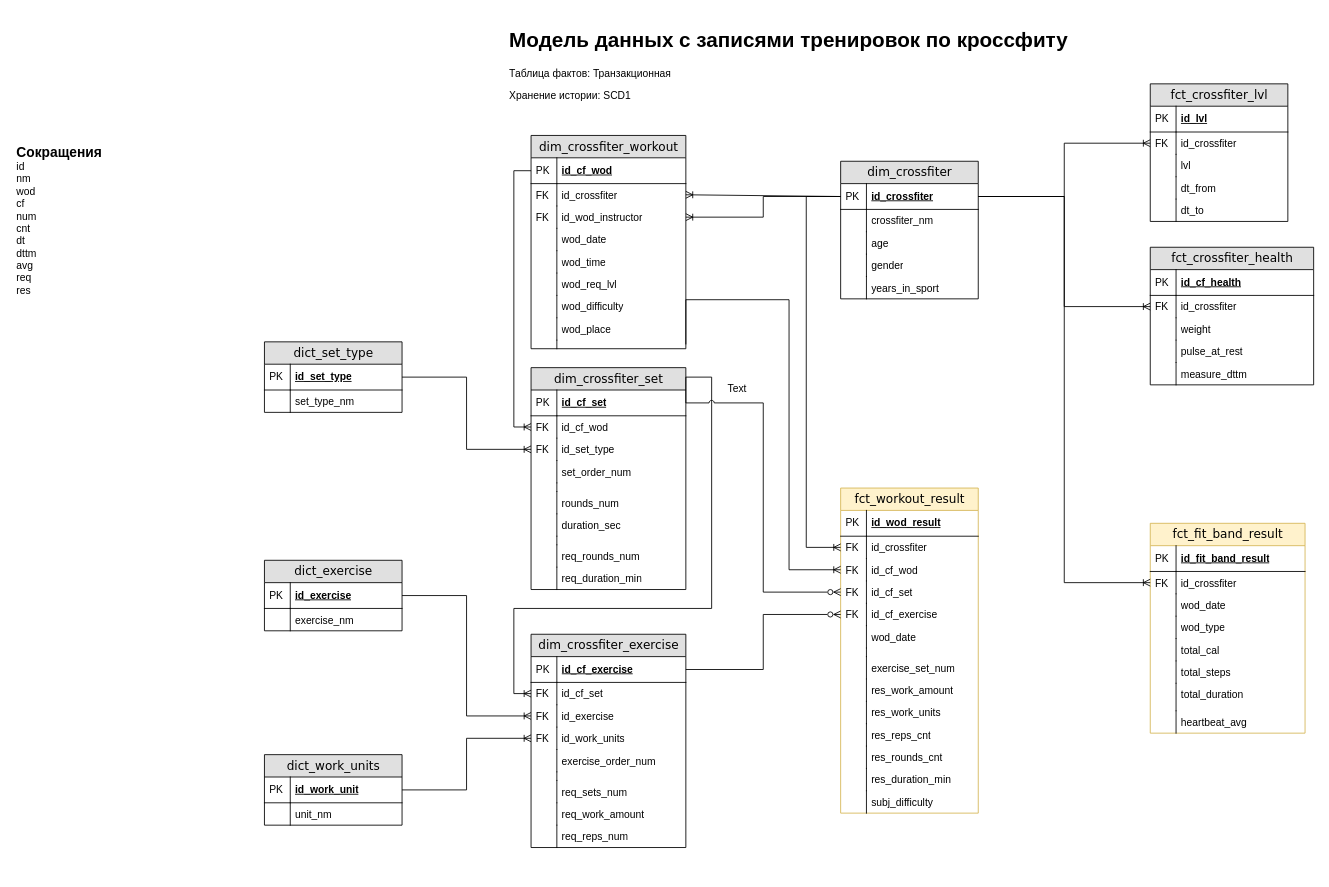
Above: page "dimensional_modeling" (1 of 2) of db_arch/db_schema.drawio in ouriso/crossfit_activity (draw.io), before the change. Source tidied: cells renumbered, new cells numbered last; positions are measured from the earlier drawing's top-left corner, leaving out a move shared by most shapes. Both pictures are drawn from the tidied source at 86%, with x=0, y=0 at pixel (15, 23).
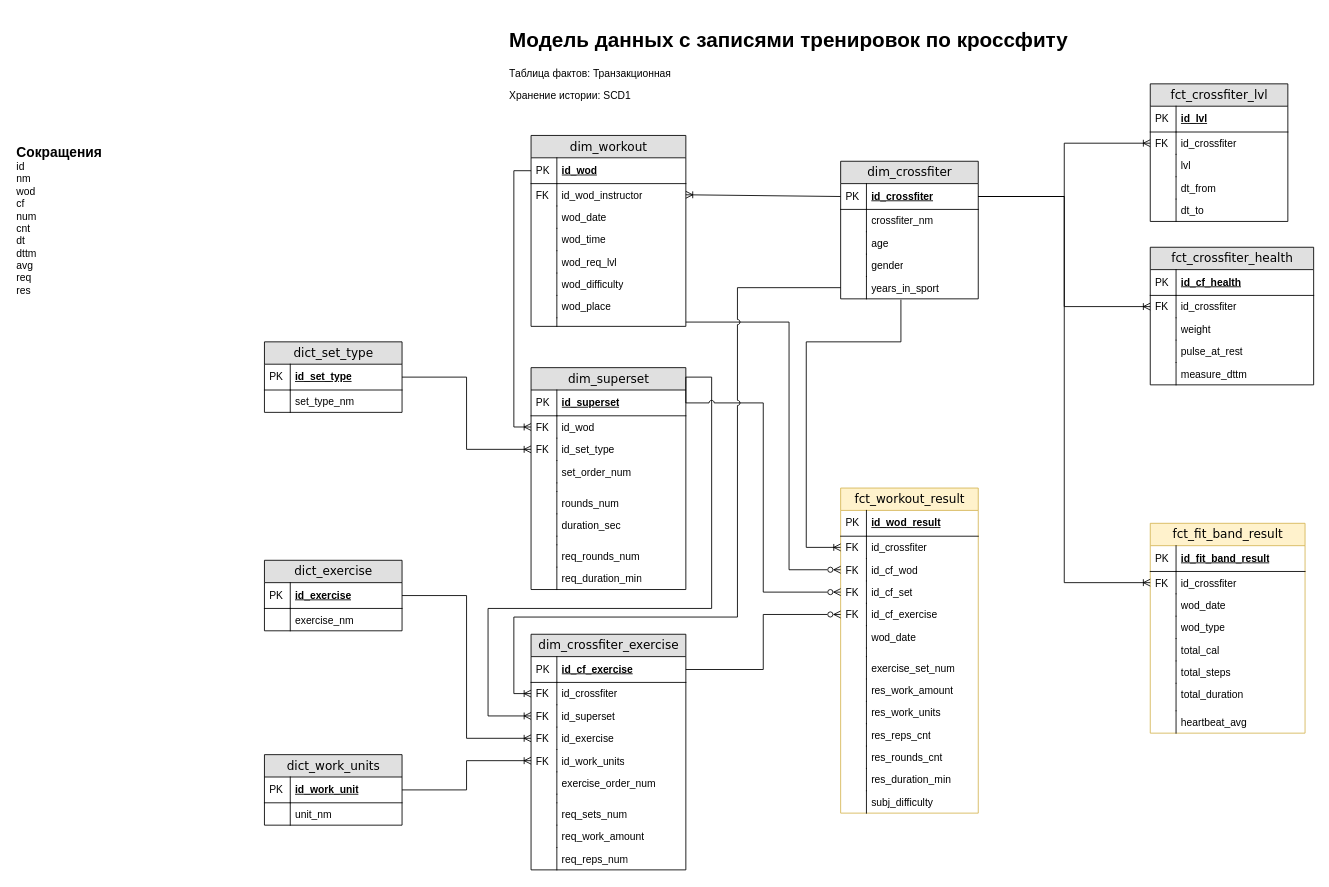
The same page after the edit.

Commit message:
Wod and Set doesn't depends on crossfiter

Unchanged cells that the change refers to:
```xml
<mxCell id="5" value="id_crossfiter" style="shape=partialRectangle;top=0;left=0;right=0;bottom=0;html=1;align=left;verticalAlign=top;fillColor=none;spacingLeft=34;spacingRight=4;whiteSpace=wrap;overflow=hidden;points=[[0,0.5],[1,0.5]];portConstraint=eastwest;" parent="2" vertex="1">
  <mxGeometry y="56" width="160" height="26" as="geometry" />
</mxCell>
<mxCell id="7" value="id_cf_wod" style="shape=partialRectangle;top=0;left=0;right=0;bottom=0;html=1;align=left;verticalAlign=top;fillColor=none;spacingLeft=34;spacingRight=4;whiteSpace=wrap;overflow=hidden;points=[[0,0.5],[1,0.5]];portConstraint=eastwest;" parent="2" vertex="1">
  <mxGeometry y="82" width="160" height="26" as="geometry" />
</mxCell>
<mxCell id="38" value="id_crossfiter" style="shape=partialRectangle;top=0;left=0;right=0;bottom=1;html=1;align=left;verticalAlign=middle;fillColor=none;spacingLeft=34;spacingRight=4;whiteSpace=wrap;overflow=hidden;points=[[0,0.5],[1,0.5]];portConstraint=eastwest;fontStyle=5;" parent="37" vertex="1">
  <mxGeometry y="26" width="160" height="30" as="geometry" />
</mxCell>
<mxCell id="46" value="years_in_sport" style="shape=partialRectangle;top=0;left=0;right=0;bottom=0;html=1;align=left;verticalAlign=top;fillColor=none;spacingLeft=34;spacingRight=4;whiteSpace=wrap;overflow=hidden;points=[[0,0.5],[1,0.5]];portConstraint=eastwest;" parent="37" vertex="1">
  <mxGeometry y="134" width="160" height="26" as="geometry" />
</mxCell>
```

Change to the diagram source:
```diff
@@
-    <mxCell id="53" style="edgeStyle=orthogonalEdgeStyle;rounded=0;jettySize=auto;html=1;exitX=0;exitY=0.5;exitDx=0;exitDy=0;entryX=0;entryY=0.5;entryDx=0;entryDy=0;startArrow=ERoneToMany;startFill=0;endArrow=none;endFill=0;jumpStyle=arc;" parent="1" edge="1" source="5" target="38">
+    <mxCell id="53" style="edgeStyle=orthogonalEdgeStyle;rounded=0;jettySize=auto;html=1;exitX=0;exitY=0.5;exitDx=0;exitDy=0;startArrow=ERoneToMany;startFill=0;endArrow=none;endFill=0;jumpStyle=arc;entryX=0.438;entryY=1.038;entryDx=0;entryDy=0;entryPerimeter=0;" parent="1" edge="1" source="5" target="46">
       <mxGeometry relative="1" as="geometry">
         <Array as="points">
           <mxPoint x="920" y="609" />
-          <mxPoint x="920" y="201" />
+          <mxPoint x="920" y="370" />
+          <mxPoint x="1030" y="370" />
         </Array>
       </mxGeometry>
     </mxCell>
     <mxCell id="54" value="dim_crossfiter_exercise" style="swimlane;html=1;fontStyle=0;horizontal=1;startSize=26;fillColor=#e0e0e0;swimlaneFillColor=#ffffff;align=center;rounded=0;shadow=0;comic=0;labelBackgroundColor=none;strokeWidth=1;fontFamily=Verdana;fontSize=14;" parent="1" vertex="1">
-      <mxGeometry x="600" y="710" width="180" height="248" as="geometry" />
+      <mxGeometry x="600" y="710" width="180" height="274" as="geometry" />
     </mxCell>
@@
+    <mxCell id="97" value="id_crossfiter" style="shape=partialRectangle;top=0;left=0;right=0;bottom=0;html=1;align=left;verticalAlign=top;fillColor=none;spacingLeft=34;spacingRight=4;whiteSpace=wrap;overflow=hidden;points=[[0,0.5],[1,0.5]];portConstraint=eastwest;" parent="54" vertex="1">
+      <mxGeometry y="56" width="180" height="26" as="geometry" />
+    </mxCell>
+    <mxCell id="98" value="FK" style="shape=partialRectangle;top=0;left=0;bottom=0;html=1;fillColor=none;align=left;verticalAlign=top;spacingLeft=4;spacingRight=4;whiteSpace=wrap;overflow=hidden;" parent="97" vertex="1">
+      <mxGeometry width="30" height="26" as="geometry" />
+    </mxCell>
-    <mxCell id="57" value="id_cf_set" style="shape=partialRectangle;top=0;left=0;right=0;bottom=0;html=1;align=left;verticalAlign=top;fillColor=none;spacingLeft=34;spacingRight=4;whiteSpace=wrap;overflow=hidden;points=[[0,0.5],[1,0.5]];portConstraint=eastwest;" parent="54" vertex="1">
-      <mxGeometry y="56" width="180" height="26" as="geometry" />
+    <mxCell id="57" value="id_superset" style="shape=partialRectangle;top=0;left=0;right=0;bottom=0;html=1;align=left;verticalAlign=top;fillColor=none;spacingLeft=34;spacingRight=4;whiteSpace=wrap;overflow=hidden;points=[[0,0.5],[1,0.5]];portConstraint=eastwest;" parent="54" vertex="1">
+      <mxGeometry y="82" width="180" height="26" as="geometry" />
     </mxCell>
@@
     <mxCell id="59" value="id_exercise" style="shape=partialRectangle;top=0;left=0;right=0;bottom=0;html=1;align=left;verticalAlign=top;fillColor=none;spacingLeft=34;spacingRight=4;whiteSpace=wrap;overflow=hidden;points=[[0,0.5],[1,0.5]];portConstraint=eastwest;" parent="54" vertex="1">
-      <mxGeometry y="82" width="180" height="26" as="geometry" />
+      <mxGeometry y="108" width="180" height="26" as="geometry" />
     </mxCell>
@@
     <mxCell id="61" value="id_work_units" style="shape=partialRectangle;top=0;left=0;right=0;bottom=0;html=1;align=left;verticalAlign=top;fillColor=none;spacingLeft=34;spacingRight=4;whiteSpace=wrap;overflow=hidden;points=[[0,0.5],[1,0.5]];portConstraint=eastwest;" parent="54" vertex="1">
-      <mxGeometry y="108" width="180" height="26" as="geometry" />
+      <mxGeometry y="134" width="180" height="26" as="geometry" />
     </mxCell>
@@
     <mxCell id="63" value="exercise_order_num" style="shape=partialRectangle;top=0;left=0;right=0;bottom=0;html=1;align=left;verticalAlign=top;fillColor=none;spacingLeft=34;spacingRight=4;whiteSpace=wrap;overflow=hidden;" parent="54" vertex="1">
-      <mxGeometry y="134" width="180" height="26" as="geometry" />
+      <mxGeometry y="160" width="180" height="26" as="geometry" />
     </mxCell>
@@
     <mxCell id="65" style="shape=partialRectangle;top=0;left=0;right=0;bottom=0;html=1;align=left;verticalAlign=top;fillColor=none;spacingLeft=34;spacingRight=4;whiteSpace=wrap;overflow=hidden;" parent="54" vertex="1">
-      <mxGeometry y="160" width="180" height="10" as="geometry" />
+      <mxGeometry y="186" width="180" height="10" as="geometry" />
     </mxCell>
@@
     <mxCell id="67" value="req_sets_num" style="shape=partialRectangle;top=0;left=0;right=0;bottom=0;html=1;align=left;verticalAlign=top;fillColor=none;spacingLeft=34;spacingRight=4;whiteSpace=wrap;overflow=hidden;" parent="54" vertex="1">
-      <mxGeometry y="170" width="180" height="26" as="geometry" />
+      <mxGeometry y="196" width="180" height="26" as="geometry" />
     </mxCell>
@@
     <mxCell id="69" value="req_work_amount" style="shape=partialRectangle;top=0;left=0;right=0;bottom=0;html=1;align=left;verticalAlign=top;fillColor=none;spacingLeft=34;spacingRight=4;whiteSpace=wrap;overflow=hidden;" parent="54" vertex="1">
-      <mxGeometry y="196" width="180" height="26" as="geometry" />
+      <mxGeometry y="222" width="180" height="26" as="geometry" />
     </mxCell>
@@
     <mxCell id="71" value="req_reps_num" style="shape=partialRectangle;top=0;left=0;right=0;bottom=0;html=1;align=left;verticalAlign=top;fillColor=none;spacingLeft=34;spacingRight=4;whiteSpace=wrap;overflow=hidden;" parent="54" vertex="1">
-      <mxGeometry y="222" width="180" height="26" as="geometry" />
+      <mxGeometry y="248" width="180" height="26" as="geometry" />
     </mxCell>
@@
-    <mxCell id="73" value="dim_crossfiter_set" style="swimlane;html=1;fontStyle=0;horizontal=1;startSize=26;fillColor=#e0e0e0;swimlaneFillColor=#ffffff;align=center;rounded=0;shadow=0;comic=0;labelBackgroundColor=none;strokeWidth=1;fontFamily=Verdana;fontSize=14;" parent="1" vertex="1">
+    <mxCell id="73" value="dim_superset" style="swimlane;html=1;fontStyle=0;horizontal=1;startSize=26;fillColor=#e0e0e0;swimlaneFillColor=#ffffff;align=center;rounded=0;shadow=0;comic=0;labelBackgroundColor=none;strokeWidth=1;fontFamily=Verdana;fontSize=14;" parent="1" vertex="1">
       <mxGeometry x="600" y="400" width="180" height="258" as="geometry" />
     </mxCell>
-    <mxCell id="74" value="id_cf_set" style="shape=partialRectangle;top=0;left=0;right=0;bottom=1;html=1;align=left;verticalAlign=middle;fillColor=none;spacingLeft=34;spacingRight=4;whiteSpace=wrap;overflow=hidden;points=[[0,0.5],[1,0.5]];portConstraint=eastwest;fontStyle=5;" parent="73" vertex="1">
+    <mxCell id="74" value="id_superset" style="shape=partialRectangle;top=0;left=0;right=0;bottom=1;html=1;align=left;verticalAlign=middle;fillColor=none;spacingLeft=34;spacingRight=4;whiteSpace=wrap;overflow=hidden;points=[[0,0.5],[1,0.5]];portConstraint=eastwest;fontStyle=5;" parent="73" vertex="1">
       <mxGeometry y="26" width="180" height="30" as="geometry" />
     </mxCell>
@@
-    <mxCell id="76" value="id_cf_wod" style="shape=partialRectangle;top=0;left=0;right=0;bottom=0;html=1;align=left;verticalAlign=top;fillColor=none;spacingLeft=34;spacingRight=4;whiteSpace=wrap;overflow=hidden;points=[[0,0.5],[1,0.5]];portConstraint=eastwest;" parent="73" vertex="1">
+    <mxCell id="76" value="id_wod" style="shape=partialRectangle;top=0;left=0;right=0;bottom=0;html=1;align=left;verticalAlign=top;fillColor=none;spacingLeft=34;spacingRight=4;whiteSpace=wrap;overflow=hidden;points=[[0,0.5],[1,0.5]];portConstraint=eastwest;" parent="73" vertex="1">
       <mxGeometry y="56" width="180" height="26" as="geometry" />
     </mxCell>
@@
-    <mxCell id="94" value="dim_crossfiter_workout" style="swimlane;html=1;fontStyle=0;horizontal=1;startSize=26;fillColor=#e0e0e0;swimlaneFillColor=#ffffff;align=center;rounded=0;shadow=0;comic=0;labelBackgroundColor=none;strokeWidth=1;fontFamily=Verdana;fontSize=14;" parent="1" vertex="1">
-      <mxGeometry x="600" y="130" width="180" height="248" as="geometry" />
+    <mxCell id="94" value="dim_workout" style="swimlane;html=1;fontStyle=0;horizontal=1;startSize=26;fillColor=#e0e0e0;swimlaneFillColor=#ffffff;align=center;rounded=0;shadow=0;comic=0;labelBackgroundColor=none;strokeWidth=1;fontFamily=Verdana;fontSize=14;" parent="1" vertex="1">
+      <mxGeometry x="600" y="130" width="180" height="222" as="geometry" />
     </mxCell>
-    <mxCell id="95" value="id_cf_wod" style="shape=partialRectangle;top=0;left=0;right=0;bottom=1;html=1;align=left;verticalAlign=middle;fillColor=none;spacingLeft=34;spacingRight=4;whiteSpace=wrap;overflow=hidden;points=[[0,0.5],[1,0.5]];portConstraint=eastwest;fontStyle=5;" parent="94" vertex="1">
+    <mxCell id="95" value="id_wod" style="shape=partialRectangle;top=0;left=0;right=0;bottom=1;html=1;align=left;verticalAlign=middle;fillColor=none;spacingLeft=34;spacingRight=4;whiteSpace=wrap;overflow=hidden;points=[[0,0.5],[1,0.5]];portConstraint=eastwest;fontStyle=5;" parent="94" vertex="1">
       <mxGeometry y="26" width="180" height="30" as="geometry" />
     </mxCell>
@@
-    <mxCell id="97" value="id_crossfiter" style="shape=partialRectangle;top=0;left=0;right=0;bottom=0;html=1;align=left;verticalAlign=top;fillColor=none;spacingLeft=34;spacingRight=4;whiteSpace=wrap;overflow=hidden;points=[[0,0.5],[1,0.5]];portConstraint=eastwest;" parent="94" vertex="1">
-      <mxGeometry y="56" width="180" height="26" as="geometry" />
-    </mxCell>
-    <mxCell id="98" value="FK" style="shape=partialRectangle;top=0;left=0;bottom=0;html=1;fillColor=none;align=left;verticalAlign=top;spacingLeft=4;spacingRight=4;whiteSpace=wrap;overflow=hidden;" parent="97" vertex="1">
-      <mxGeometry width="30" height="26" as="geometry" />
-    </mxCell>
     <mxCell id="99" value="id_wod_instructor" style="shape=partialRectangle;top=0;left=0;right=0;bottom=0;html=1;align=left;verticalAlign=top;fillColor=none;spacingLeft=34;spacingRight=4;whiteSpace=wrap;overflow=hidden;points=[[0,0.5],[1,0.5]];portConstraint=eastwest;" parent="94" vertex="1">
-      <mxGeometry y="82" width="180" height="26" as="geometry" />
+      <mxGeometry y="56" width="180" height="26" as="geometry" />
     </mxCell>
@@
     <mxCell id="101" value="wod_date" style="shape=partialRectangle;top=0;left=0;right=0;bottom=0;html=1;align=left;verticalAlign=top;fillColor=none;spacingLeft=34;spacingRight=4;whiteSpace=wrap;overflow=hidden;" parent="94" vertex="1">
-      <mxGeometry y="108" width="180" height="26" as="geometry" />
+      <mxGeometry y="82" width="180" height="26" as="geometry" />
     </mxCell>
@@
     <mxCell id="103" value="wod_time" style="shape=partialRectangle;top=0;left=0;right=0;bottom=0;html=1;align=left;verticalAlign=top;fillColor=none;spacingLeft=34;spacingRight=4;whiteSpace=wrap;overflow=hidden;" parent="94" vertex="1">
-      <mxGeometry y="134" width="180" height="26" as="geometry" />
+      <mxGeometry y="108" width="180" height="26" as="geometry" />
     </mxCell>
@@
     <mxCell id="105" value="wod_req_lvl" style="shape=partialRectangle;top=0;left=0;right=0;bottom=0;html=1;align=left;verticalAlign=top;fillColor=none;spacingLeft=34;spacingRight=4;whiteSpace=wrap;overflow=hidden;" parent="94" vertex="1">
-      <mxGeometry y="160" width="180" height="26" as="geometry" />
+      <mxGeometry y="134" width="180" height="26" as="geometry" />
     </mxCell>
@@
     <mxCell id="107" value="wod_difficulty" style="shape=partialRectangle;top=0;left=0;right=0;bottom=0;html=1;align=left;verticalAlign=top;fillColor=none;spacingLeft=34;spacingRight=4;whiteSpace=wrap;overflow=hidden;" parent="94" vertex="1">
-      <mxGeometry y="186" width="180" height="26" as="geometry" />
+      <mxGeometry y="160" width="180" height="26" as="geometry" />
     </mxCell>
@@
     <mxCell id="109" value="wod_place" style="shape=partialRectangle;top=0;left=0;right=0;bottom=0;html=1;align=left;verticalAlign=top;fillColor=none;spacingLeft=34;spacingRight=4;whiteSpace=wrap;overflow=hidden;" parent="94" vertex="1">
-      <mxGeometry y="212" width="180" height="26" as="geometry" />
+      <mxGeometry y="186" width="180" height="26" as="geometry" />
     </mxCell>
@@
     <mxCell id="111" style="shape=partialRectangle;top=0;left=0;right=0;bottom=0;html=1;align=left;verticalAlign=top;fillColor=none;spacingLeft=34;spacingRight=4;whiteSpace=wrap;overflow=hidden;points=[[0,0.5],[1,0.5]];portConstraint=eastwest;" parent="94" vertex="1">
-      <mxGeometry y="238" width="180" height="10" as="geometry" />
+      <mxGeometry y="212" width="180" height="10" as="geometry" />
     </mxCell>
@@
     <mxCell id="126" style="edgeStyle=orthogonalEdgeStyle;rounded=0;jettySize=auto;html=1;exitX=0;exitY=0.5;exitDx=0;exitDy=0;entryX=1;entryY=0.5;entryDx=0;entryDy=0;startArrow=ERoneToMany;startFill=0;endArrow=none;endFill=0;" parent="1" edge="1" source="57" target="74">
       <mxGeometry relative="1" as="geometry">
         <Array as="points">
-          <mxPoint x="580" y="779" />
-          <mxPoint x="580" y="680" />
+          <mxPoint x="550" y="805" />
+          <mxPoint x="550" y="680" />
           <mxPoint x="810" y="680" />
           <mxPoint x="810" y="411" />
+          <mxPoint x="780" y="411" />
         </Array>
       </mxGeometry>
     </mxCell>
@@
-    <mxCell id="137" style="edgeStyle=orthogonalEdgeStyle;rounded=0;jettySize=auto;html=1;exitX=1;exitY=0.5;exitDx=0;exitDy=0;entryX=0;entryY=0.5;entryDx=0;entryDy=0;startArrow=ERoneToMany;startFill=0;endArrow=none;endFill=0;jumpStyle=arc;" parent="1" edge="1" source="97" target="38">
+    <mxCell id="137" style="edgeStyle=orthogonalEdgeStyle;rounded=0;jettySize=auto;html=1;exitX=1;exitY=0.5;exitDx=0;exitDy=0;entryX=0;entryY=0.5;entryDx=0;entryDy=0;startArrow=ERoneToMany;startFill=0;endArrow=none;endFill=0;jumpStyle=arc;" parent="1" edge="1" source="99" target="38">
       <mxGeometry relative="1" as="geometry">
         <Array as="points">
           <mxPoint x="820" y="199" />
           <mxPoint x="820" y="200" />
-          <mxPoint x="960" y="200" />
         </Array>
       </mxGeometry>
     </mxCell>
-    <mxCell id="138" style="edgeStyle=orthogonalEdgeStyle;rounded=0;jettySize=auto;html=1;exitX=1;exitY=0.5;exitDx=0;exitDy=0;startArrow=ERoneToMany;startFill=0;endArrow=none;endFill=0;jumpStyle=arc;entryX=0;entryY=0.5;entryDx=0;entryDy=0;" parent="1" edge="1" source="99" target="38">
-      <mxGeometry relative="1" as="geometry">
-        <Array as="points">
-          <mxPoint x="870" y="225" />
-          <mxPoint x="870" y="201" />
-        </Array>
-      </mxGeometry>
-    </mxCell>
@@
-    <mxCell id="169" value="Text" style="text;html=1;strokeColor=none;fillColor=none;align=center;verticalAlign=middle;whiteSpace=wrap;rounded=0;" parent="1" vertex="1">
-      <mxGeometry x="810" y="410" width="60" height="30" as="geometry" />
-    </mxCell>
@@
-    <mxCell id="171" style="edgeStyle=orthogonalEdgeStyle;rounded=0;jettySize=auto;html=1;exitX=0;exitY=0.5;exitDx=0;exitDy=0;entryX=1;entryY=0.5;entryDx=0;entryDy=0;startArrow=ERoneToMany;startFill=0;jumpStyle=arc;endArrow=none;endFill=0;" parent="1" edge="1" source="7" target="111">
+    <mxCell id="171" style="edgeStyle=orthogonalEdgeStyle;shape=connector;rounded=0;jumpStyle=arc;jettySize=auto;html=1;exitX=0;exitY=0.5;exitDx=0;exitDy=0;entryX=1;entryY=0.5;entryDx=0;entryDy=0;labelBackgroundColor=default;strokeColor=default;fontFamily=Helvetica;fontSize=11;fontColor=default;startArrow=ERzeroToMany;startFill=0;endArrow=none;endFill=0;" parent="1" edge="1" source="7" target="111">
       <mxGeometry relative="1" as="geometry">
         <Array as="points">
           <mxPoint x="900" y="635" />
-          <mxPoint x="900" y="321" />
+          <mxPoint x="900" y="347" />
         </Array>
       </mxGeometry>
     </mxCell>
+    <mxCell id="172" style="edgeStyle=orthogonalEdgeStyle;shape=connector;rounded=0;jumpStyle=arc;jettySize=auto;html=1;exitX=0;exitY=0.5;exitDx=0;exitDy=0;entryX=0;entryY=0.5;entryDx=0;entryDy=0;labelBackgroundColor=default;strokeColor=default;fontFamily=Helvetica;fontSize=11;fontColor=default;startArrow=ERoneToMany;startFill=0;endArrow=none;endFill=0;" parent="1" edge="1" source="97" target="46">
+      <mxGeometry relative="1" as="geometry">
+        <Array as="points">
+          <mxPoint x="580" y="779" />
+          <mxPoint x="580" y="690" />
+          <mxPoint x="840" y="690" />
+          <mxPoint x="840" y="307" />
+        </Array>
+      </mxGeometry>
+    </mxCell>
```
